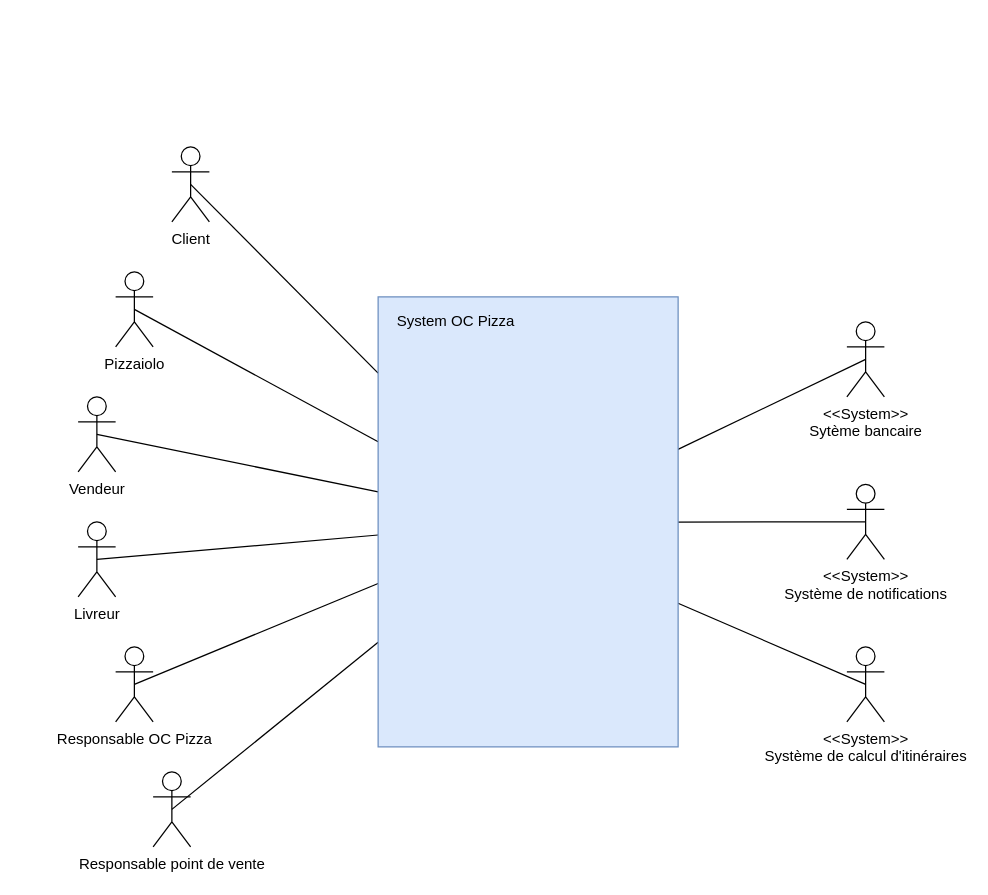
vinsbld/OCP keeps this draw.io diagram as Diagramme de contexte.drawio. Above is the earlier version. Source tidied: cells renumbered, new cells numbered last; positions are measured from the earlier drawing's top-left corner, leaving out a move shared by most shapes. Both pictures are drawn from the tidied source at 125%, with x=0, y=0 at pixel (78, 146).
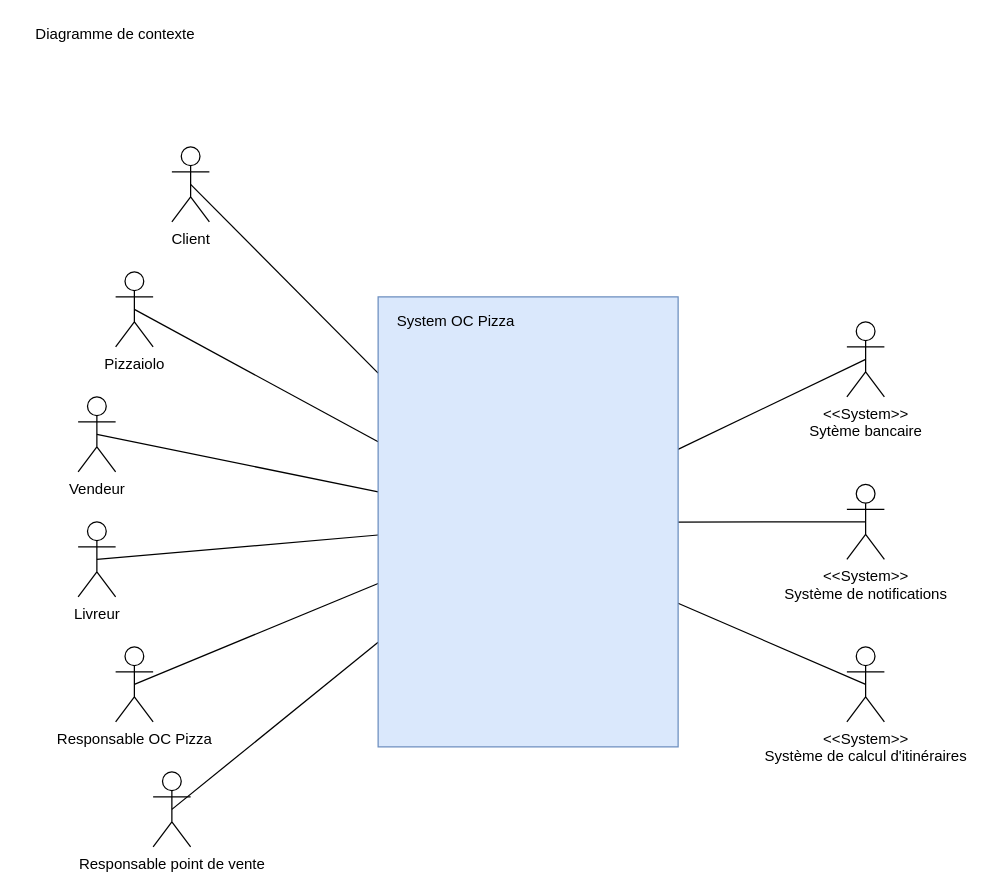
After the change.

The edit, as a diff of the source:
```diff
@@
+    <mxCell id="22" value="Diagramme de contexte" style="text;html=1;strokeColor=none;fillColor=none;align=center;verticalAlign=middle;whiteSpace=wrap;rounded=0;" parent="1" vertex="1">
+      <mxGeometry x="-45" y="-100" width="150" height="20" as="geometry" />
+    </mxCell>
```
